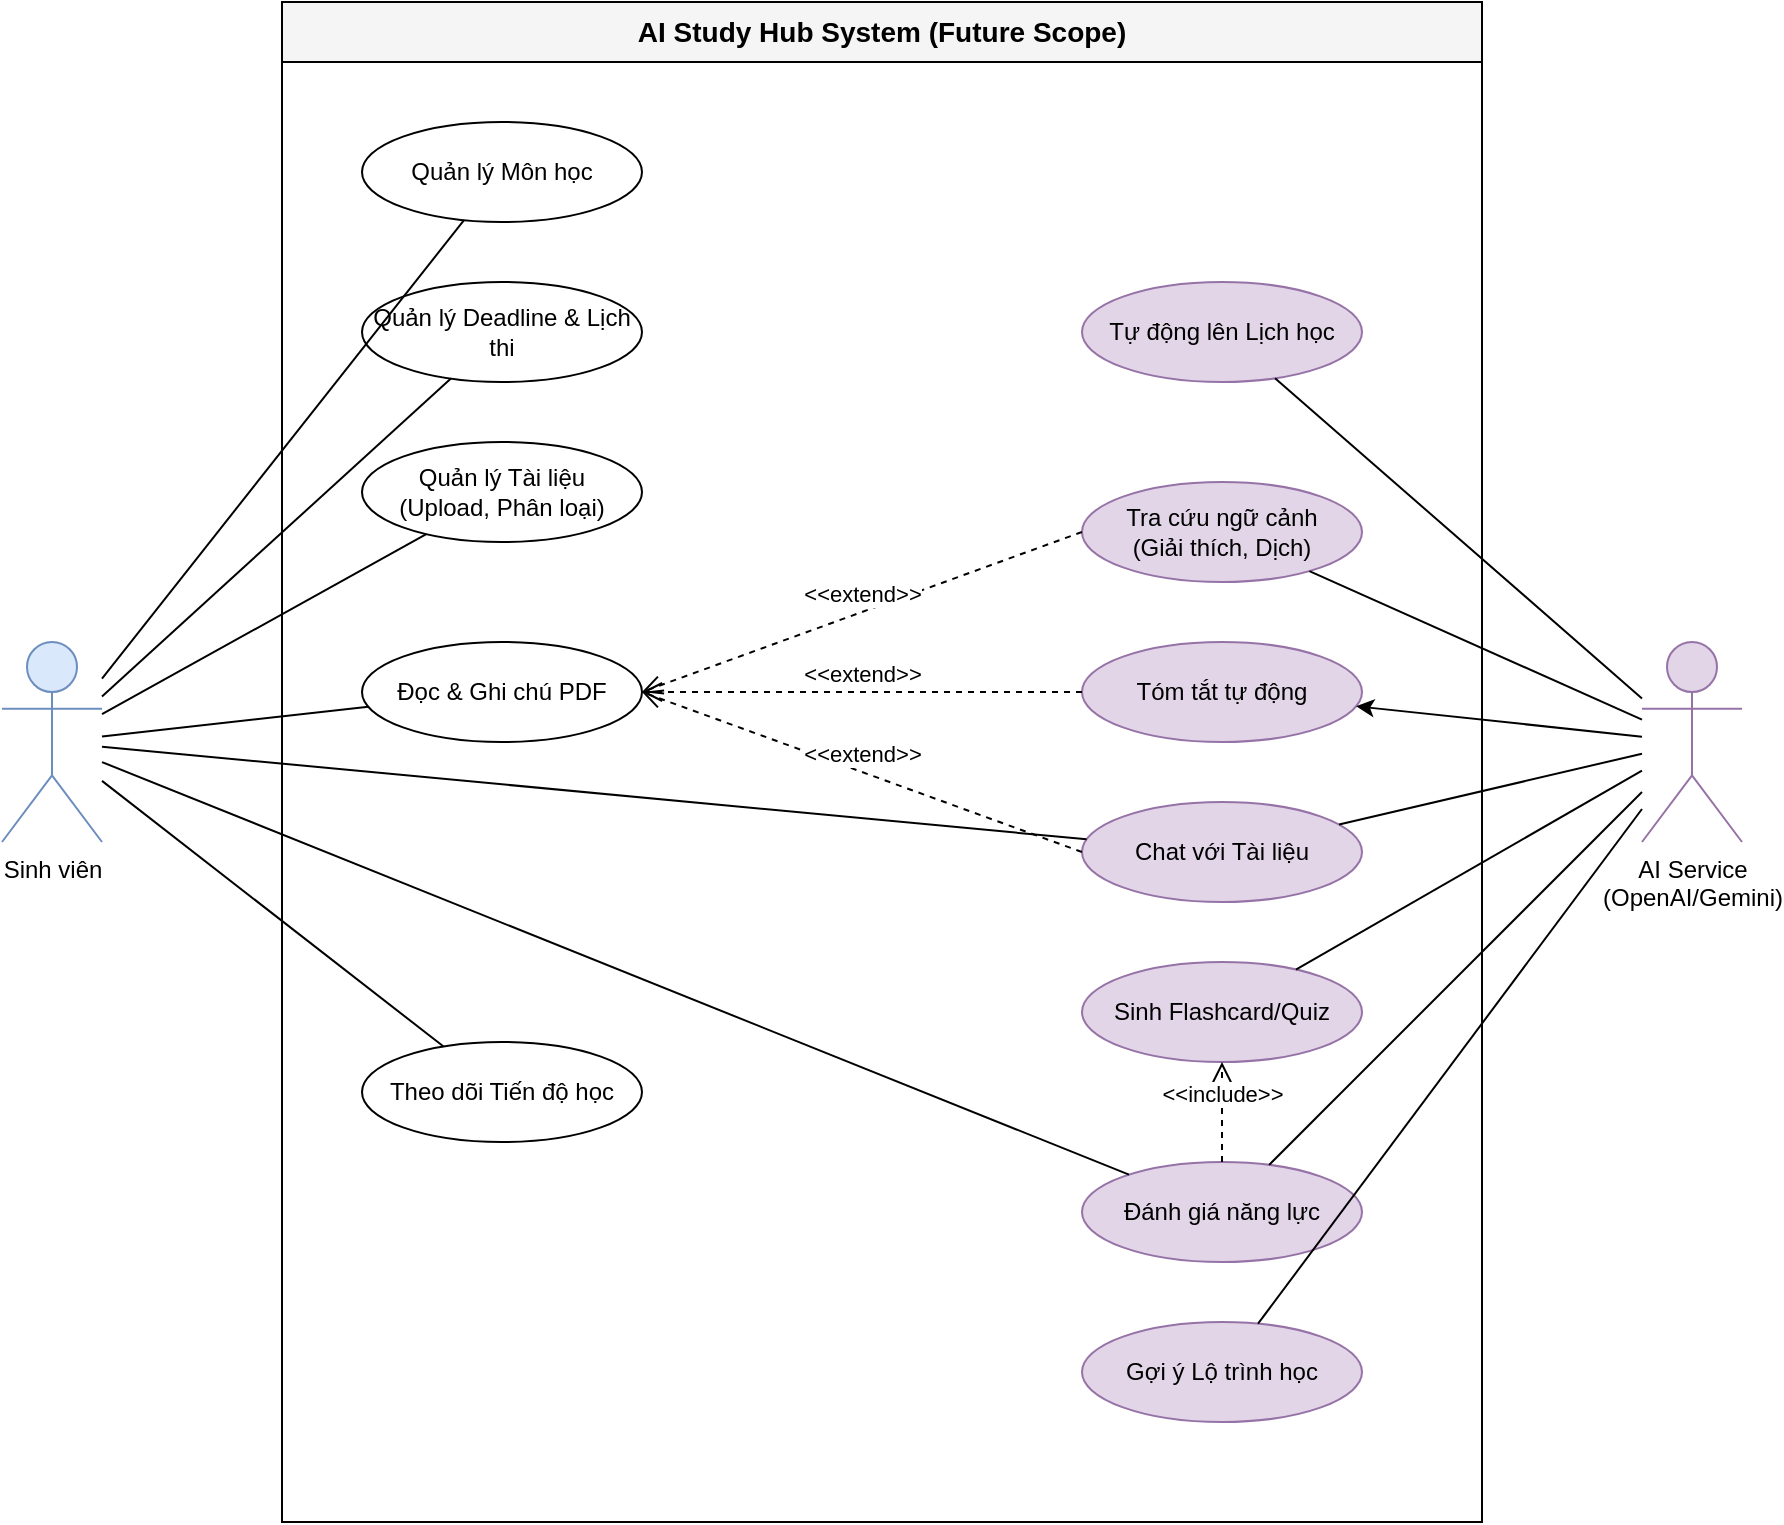
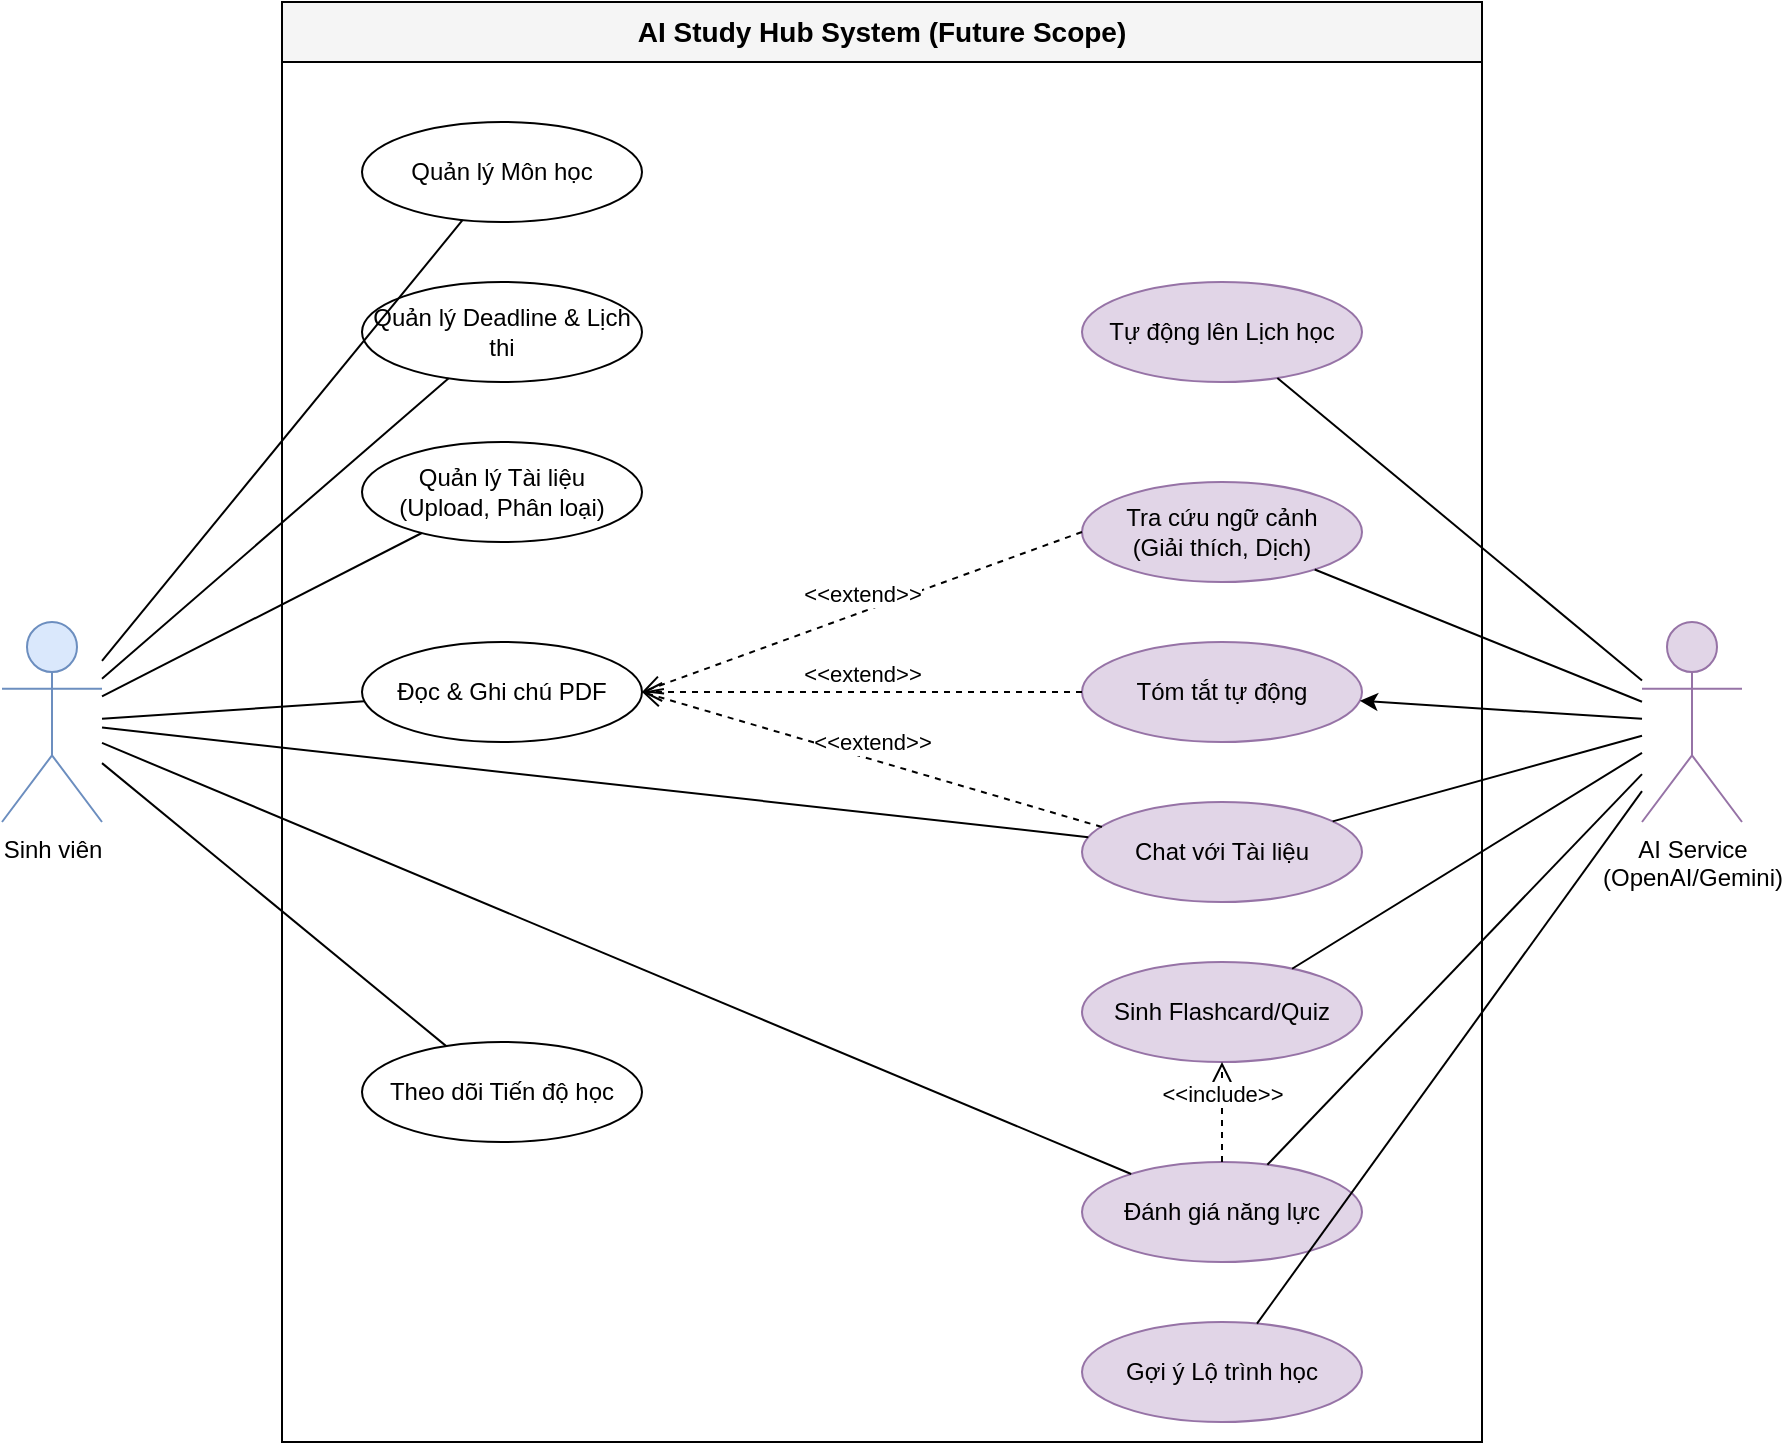
- <mxfile host="Electron" modified="2023-10-27T00:00:00.000Z" agent="Mozilla/5.0" version="22.0.4" type="device">
+ <mxfile host="Electron" agent="Mozilla/5.0 (Windows NT 10.0; Win64; x64) AppleWebKit/537.36 (KHTML, like Gecko) draw.io/29.6.6 Chrome/144.0.7559.236 Electron/40.8.4 Safari/537.36" version="29.6.6">
  <diagram id="UC_Diagram" name="Use Case Diagram">
-     <mxGraphModel dx="1200" dy="800" grid="1" gridSize="10" guides="1" tooltips="1" connect="1" arrows="1" fold="1" page="1" pageScale="1" pageWidth="1169" pageHeight="827" math="0" shadow="0">
+     <mxGraphModel dx="1303" dy="783" grid="1" gridSize="10" guides="1" tooltips="1" connect="1" arrows="1" fold="1" page="1" pageScale="1" pageWidth="1169" pageHeight="827" math="0" shadow="0">
      <root>
        <mxCell id="0" />
        <mxCell id="1" parent="0" />
- 
-         <!-- System Boundary -->
-         <mxCell id="system" value="AI Study Hub System (Future Scope)" style="swimlane;whiteSpace=wrap;html=1;startSize=30;fillColor=#f5f5f5;fontStyle=1;fontSize=14;" vertex="1" parent="1">
-           <mxGeometry x="180" y="40" width="600" height="760" as="geometry" />
+         <mxCell id="system" parent="1" style="swimlane;whiteSpace=wrap;html=1;startSize=30;fillColor=#f5f5f5;fontStyle=1;fontSize=14;" value="AI Study Hub System (Future Scope)" vertex="1">
+           <mxGeometry height="720" width="600" x="180" y="50" as="geometry" />
        </mxCell>
- 
-         <!-- ACTORS -->
-         <mxCell id="actor_student" value="Sinh viên" style="shape=umlActor;verticalLabelPosition=bottom;verticalAlign=top;html=1;outlineConnect=0;fillColor=#dae8fc;strokeColor=#6c8ebf;" vertex="1" parent="1">
-           <mxGeometry x="40" y="360" width="50" height="100" as="geometry" />
+         <mxCell id="uc_manage_course" parent="system" style="ellipse;whiteSpace=wrap;html=1;" value="Quản lý Môn học" vertex="1">
+           <mxGeometry height="50" width="140" x="40" y="60" as="geometry" />
        </mxCell>
- 
-         <mxCell id="actor_ai" value="AI Service&#10;(OpenAI/Gemini)" style="shape=umlActor;verticalLabelPosition=bottom;verticalAlign=top;html=1;outlineConnect=0;fillColor=#e1d5e7;strokeColor=#9673a6;" vertex="1" parent="1">
-           <mxGeometry x="860" y="360" width="50" height="100" as="geometry" />
+         <mxCell id="uc_manage_deadline" parent="system" style="ellipse;whiteSpace=wrap;html=1;" value="Quản lý Deadline &amp; Lịch thi" vertex="1">
+           <mxGeometry height="50" width="140" x="40" y="140" as="geometry" />
        </mxCell>
- 
-         <!-- USE CASES inside System (Left Column - Manual) -->
-         <mxCell id="uc_manage_course" value="Quản lý Môn học" style="ellipse;whiteSpace=wrap;html=1;" vertex="1" parent="system">
-           <mxGeometry x="40" y="60" width="140" height="50" as="geometry" />
+         <mxCell id="uc_manage_doc" parent="system" style="ellipse;whiteSpace=wrap;html=1;" value="Quản lý Tài liệu&#xa;(Upload, Phân loại)" vertex="1">
+           <mxGeometry height="50" width="140" x="40" y="220" as="geometry" />
        </mxCell>
-         <mxCell id="uc_manage_deadline" value="Quản lý Deadline &amp; Lịch thi" style="ellipse;whiteSpace=wrap;html=1;" vertex="1" parent="system">
-           <mxGeometry x="40" y="140" width="140" height="50" as="geometry" />
+         <mxCell id="uc_read_pdf" parent="system" style="ellipse;whiteSpace=wrap;html=1;" value="Đọc &amp; Ghi chú PDF" vertex="1">
+           <mxGeometry height="50" width="140" x="40" y="320" as="geometry" />
        </mxCell>
-         <mxCell id="uc_manage_doc" value="Quản lý Tài liệu&#10;(Upload, Phân loại)" style="ellipse;whiteSpace=wrap;html=1;" vertex="1" parent="system">
-           <mxGeometry x="40" y="220" width="140" height="50" as="geometry" />
+         <mxCell id="uc_track_progress" parent="system" style="ellipse;whiteSpace=wrap;html=1;" value="Theo dõi Tiến độ học" vertex="1">
+           <mxGeometry height="50" width="140" x="40" y="520" as="geometry" />
        </mxCell>
-         <mxCell id="uc_read_pdf" value="Đọc &amp; Ghi chú PDF" style="ellipse;whiteSpace=wrap;html=1;" vertex="1" parent="system">
-           <mxGeometry x="40" y="320" width="140" height="50" as="geometry" />
+         <mxCell id="uc_auto_schedule" parent="system" style="ellipse;whiteSpace=wrap;html=1;fillColor=#e1d5e7;strokeColor=#9673a6;" value="Tự động lên Lịch học" vertex="1">
+           <mxGeometry height="50" width="140" x="400" y="140" as="geometry" />
        </mxCell>
-         <mxCell id="uc_track_progress" value="Theo dõi Tiến độ học" style="ellipse;whiteSpace=wrap;html=1;" vertex="1" parent="system">
-           <mxGeometry x="40" y="520" width="140" height="50" as="geometry" />
+         <mxCell id="uc_context_lookup" parent="system" style="ellipse;whiteSpace=wrap;html=1;fillColor=#e1d5e7;strokeColor=#9673a6;" value="Tra cứu ngữ cảnh&#xa;(Giải thích, Dịch)" vertex="1">
+           <mxGeometry height="50" width="140" x="400" y="240" as="geometry" />
        </mxCell>
- 
-         <!-- USE CASES inside System (Right Column - AI Future Features) -->
-         <mxCell id="uc_auto_schedule" value="Tự động lên Lịch học" style="ellipse;whiteSpace=wrap;html=1;fillColor=#e1d5e7;strokeColor=#9673a6;" vertex="1" parent="system">
-           <mxGeometry x="400" y="140" width="140" height="50" as="geometry" />
+         <mxCell id="uc_auto_summary" parent="system" style="ellipse;whiteSpace=wrap;html=1;fillColor=#e1d5e7;strokeColor=#9673a6;" value="Tóm tắt tự động" vertex="1">
+           <mxGeometry height="50" width="140" x="400" y="320" as="geometry" />
        </mxCell>
-         <mxCell id="uc_context_lookup" value="Tra cứu ngữ cảnh&#10;(Giải thích, Dịch)" style="ellipse;whiteSpace=wrap;html=1;fillColor=#e1d5e7;strokeColor=#9673a6;" vertex="1" parent="system">
-           <mxGeometry x="400" y="240" width="140" height="50" as="geometry" />
+         <mxCell id="uc_ai_chat" parent="system" style="ellipse;whiteSpace=wrap;html=1;fillColor=#e1d5e7;strokeColor=#9673a6;" value="Chat với Tài liệu" vertex="1">
+           <mxGeometry height="50" width="140" x="400" y="400" as="geometry" />
        </mxCell>
-         <mxCell id="uc_auto_summary" value="Tóm tắt tự động" style="ellipse;whiteSpace=wrap;html=1;fillColor=#e1d5e7;strokeColor=#9673a6;" vertex="1" parent="system">
-           <mxGeometry x="400" y="320" width="140" height="50" as="geometry" />
+         <mxCell id="uc_auto_flashcard" parent="system" style="ellipse;whiteSpace=wrap;html=1;fillColor=#e1d5e7;strokeColor=#9673a6;" value="Sinh Flashcard/Quiz" vertex="1">
+           <mxGeometry height="50" width="140" x="400" y="480" as="geometry" />
        </mxCell>
-         <mxCell id="uc_ai_chat" value="Chat với Tài liệu" style="ellipse;whiteSpace=wrap;html=1;fillColor=#e1d5e7;strokeColor=#9673a6;" vertex="1" parent="system">
-           <mxGeometry x="400" y="400" width="140" height="50" as="geometry" />
+         <mxCell id="uc_evaluate_knowledge" parent="system" style="ellipse;whiteSpace=wrap;html=1;fillColor=#e1d5e7;strokeColor=#9673a6;" value="Đánh giá năng lực" vertex="1">
+           <mxGeometry height="50" width="140" x="400" y="580" as="geometry" />
        </mxCell>
-         <mxCell id="uc_auto_flashcard" value="Sinh Flashcard/Quiz" style="ellipse;whiteSpace=wrap;html=1;fillColor=#e1d5e7;strokeColor=#9673a6;" vertex="1" parent="system">
-           <mxGeometry x="400" y="480" width="140" height="50" as="geometry" />
+         <mxCell id="uc_learning_path" parent="system" style="ellipse;whiteSpace=wrap;html=1;fillColor=#e1d5e7;strokeColor=#9673a6;" value="Gợi ý Lộ trình học" vertex="1">
+           <mxGeometry height="50" width="140" x="400" y="660" as="geometry" />
        </mxCell>
-         <mxCell id="uc_evaluate_knowledge" value="Đánh giá năng lực" style="ellipse;whiteSpace=wrap;html=1;fillColor=#e1d5e7;strokeColor=#9673a6;" vertex="1" parent="system">
-           <mxGeometry x="400" y="580" width="140" height="50" as="geometry" />
-         </mxCell>
-         <mxCell id="uc_learning_path" value="Gợi ý Lộ trình học" style="ellipse;whiteSpace=wrap;html=1;fillColor=#e1d5e7;strokeColor=#9673a6;" vertex="1" parent="system">
-           <mxGeometry x="400" y="660" width="140" height="50" as="geometry" />
-         </mxCell>
- 
-         <!-- EXTENDS / INCLUDES -->
-         <mxCell id="ext1" value="&amp;lt;&amp;lt;extend&amp;gt;&amp;gt;" style="html=1;verticalAlign=bottom;endArrow=open;dashed=1;endSize=8;exitX=0;exitY=0.5;entryX=1;entryY=0.5;" edge="1" parent="system" source="uc_context_lookup" target="uc_read_pdf">
+         <mxCell id="ext1" edge="1" parent="system" source="uc_context_lookup" style="html=1;verticalAlign=bottom;endArrow=open;dashed=1;endSize=8;exitX=0;exitY=0.5;entryX=1;entryY=0.5;" target="uc_read_pdf" value="&amp;lt;&amp;lt;extend&amp;gt;&amp;gt;">
          <mxGeometry relative="1" as="geometry" />
        </mxCell>
-         <mxCell id="ext2" value="&amp;lt;&amp;lt;extend&amp;gt;&amp;gt;" style="html=1;verticalAlign=bottom;endArrow=open;dashed=1;endSize=8;exitX=0;exitY=0.5;entryX=1;entryY=0.5;" edge="1" parent="system" source="uc_auto_summary" target="uc_read_pdf">
+         <mxCell id="ext2" edge="1" parent="system" source="uc_auto_summary" style="html=1;verticalAlign=bottom;endArrow=open;dashed=1;endSize=8;exitX=0;exitY=0.5;entryX=1;entryY=0.5;" target="uc_read_pdf" value="&amp;lt;&amp;lt;extend&amp;gt;&amp;gt;">
          <mxGeometry relative="1" as="geometry" />
        </mxCell>
-         <mxCell id="ext3" value="&amp;lt;&amp;lt;extend&amp;gt;&amp;gt;" style="html=1;verticalAlign=bottom;endArrow=open;dashed=1;endSize=8;exitX=0;exitY=0.5;entryX=1;entryY=0.5;" edge="1" parent="system" source="uc_ai_chat" target="uc_read_pdf">
+         <mxCell id="ext3" edge="1" parent="system" source="uc_ai_chat" style="html=1;verticalAlign=bottom;endArrow=open;dashed=1;endSize=8;exitX=0.071;exitY=0.25;entryX=1;entryY=0.5;exitDx=0;exitDy=0;exitPerimeter=0;" target="uc_read_pdf" value="&amp;lt;&amp;lt;extend&amp;gt;&amp;gt;">
          <mxGeometry relative="1" as="geometry" />
        </mxCell>
-         <mxCell id="inc1" value="&amp;lt;&amp;lt;include&amp;gt;&amp;gt;" style="html=1;verticalAlign=bottom;endArrow=open;dashed=1;endSize=8;exitX=0.5;exitY=0;entryX=0.5;entryY=1;" edge="1" parent="system" source="uc_evaluate_knowledge" target="uc_auto_flashcard">
+         <mxCell id="inc1" edge="1" parent="system" source="uc_evaluate_knowledge" style="html=1;verticalAlign=bottom;endArrow=open;dashed=1;endSize=8;exitX=0.5;exitY=0;entryX=0.5;entryY=1;" target="uc_auto_flashcard" value="&amp;lt;&amp;lt;include&amp;gt;&amp;gt;">
          <mxGeometry relative="1" as="geometry" />
        </mxCell>
- 
-         <!-- EDGES STUDENT TO UC -->
-         <mxCell id="st_to_uc1" style="endArrow=none;html=1;" edge="1" parent="1" source="actor_student" target="uc_manage_course">
+         <mxCell id="actor_student" parent="1" style="shape=umlActor;verticalLabelPosition=bottom;verticalAlign=top;html=1;outlineConnect=0;fillColor=#dae8fc;strokeColor=#6c8ebf;" value="Sinh viên" vertex="1">
+           <mxGeometry height="100" width="50" x="40" y="360" as="geometry" />
+         </mxCell>
+         <mxCell id="actor_ai" parent="1" style="shape=umlActor;verticalLabelPosition=bottom;verticalAlign=top;html=1;outlineConnect=0;fillColor=#e1d5e7;strokeColor=#9673a6;" value="AI Service&#xa;(OpenAI/Gemini)" vertex="1">
+           <mxGeometry height="100" width="50" x="860" y="360" as="geometry" />
+         </mxCell>
+         <mxCell id="st_to_uc1" edge="1" parent="1" source="actor_student" style="endArrow=none;html=1;" target="uc_manage_course">
          <mxGeometry relative="1" as="geometry" />
        </mxCell>
-         <mxCell id="st_to_uc2" style="endArrow=none;html=1;" edge="1" parent="1" source="actor_student" target="uc_manage_deadline">
+         <mxCell id="st_to_uc2" edge="1" parent="1" source="actor_student" style="endArrow=none;html=1;" target="uc_manage_deadline">
          <mxGeometry relative="1" as="geometry" />
        </mxCell>
-         <mxCell id="st_to_uc3" style="endArrow=none;html=1;" edge="1" parent="1" source="actor_student" target="uc_manage_doc">
+         <mxCell id="st_to_uc3" edge="1" parent="1" source="actor_student" style="endArrow=none;html=1;" target="uc_manage_doc">
          <mxGeometry relative="1" as="geometry" />
        </mxCell>
-         <mxCell id="st_to_uc4" style="endArrow=none;html=1;" edge="1" parent="1" source="actor_student" target="uc_read_pdf">
+         <mxCell id="st_to_uc4" edge="1" parent="1" source="actor_student" style="endArrow=none;html=1;" target="uc_read_pdf">
          <mxGeometry relative="1" as="geometry" />
        </mxCell>
-         <mxCell id="st_to_uc5" style="endArrow=none;html=1;" edge="1" parent="1" source="actor_student" target="uc_track_progress">
+         <mxCell id="st_to_uc5" edge="1" parent="1" source="actor_student" style="endArrow=none;html=1;" target="uc_track_progress">
          <mxGeometry relative="1" as="geometry" />
        </mxCell>
-         <mxCell id="st_to_ai_chat" style="endArrow=none;html=1;" edge="1" parent="1" source="actor_student" target="uc_ai_chat">
+         <mxCell id="st_to_ai_chat" edge="1" parent="1" source="actor_student" style="endArrow=none;html=1;" target="uc_ai_chat">
          <mxGeometry relative="1" as="geometry" />
        </mxCell>
-         <mxCell id="st_to_eval" style="endArrow=none;html=1;" edge="1" parent="1" source="actor_student" target="uc_evaluate_knowledge">
+         <mxCell id="st_to_eval" edge="1" parent="1" source="actor_student" style="endArrow=none;html=1;" target="uc_evaluate_knowledge">
          <mxGeometry relative="1" as="geometry" />
        </mxCell>
- 
-         <!-- EDGES AI TO UC -->
-         <mxCell id="ai_to_sched" style="endArrow=none;html=1;" edge="1" parent="1" source="actor_ai" target="uc_auto_schedule">
+         <mxCell id="ai_to_sched" edge="1" parent="1" source="actor_ai" style="endArrow=none;html=1;" target="uc_auto_schedule">
          <mxGeometry relative="1" as="geometry" />
        </mxCell>
-         <mxCell id="ai_to_lookup" style="endArrow=none;html=1;" edge="1" parent="1" source="actor_ai" target="uc_context_lookup">
+         <mxCell id="ai_to_lookup" edge="1" parent="1" source="actor_ai" style="endArrow=none;html=1;" target="uc_context_lookup">
          <mxGeometry relative="1" as="geometry" />
        </mxCell>
-         <mxCell id="ai_to_sum" style="end,html=1;" edge="1" parent="1" source="actor_ai" target="uc_auto_summary">
+         <mxCell id="ai_to_sum" edge="1" parent="1" source="actor_ai" style="end,html=1;" target="uc_auto_summary">
          <mxGeometry relative="1" as="geometry" />
        </mxCell>
-         <mxCell id="ai_to_chat" style="endArrow=none;html=1;" edge="1" parent="1" source="actor_ai" target="uc_ai_chat">
+         <mxCell id="ai_to_chat" edge="1" parent="1" source="actor_ai" style="endArrow=none;html=1;" target="uc_ai_chat">
          <mxGeometry relative="1" as="geometry" />
        </mxCell>
-         <mxCell id="ai_to_flash" style="endArrow=none;html=1;" edge="1" parent="1" source="actor_ai" target="uc_auto_flashcard">
+         <mxCell id="ai_to_flash" edge="1" parent="1" source="actor_ai" style="endArrow=none;html=1;" target="uc_auto_flashcard">
          <mxGeometry relative="1" as="geometry" />
        </mxCell>
-         <mxCell id="ai_to_eval" style="endArrow=none;html=1;" edge="1" parent="1" source="actor_ai" target="uc_evaluate_knowledge">
+         <mxCell id="ai_to_eval" edge="1" parent="1" source="actor_ai" style="endArrow=none;html=1;" target="uc_evaluate_knowledge">
          <mxGeometry relative="1" as="geometry" />
        </mxCell>
-         <mxCell id="ai_to_path" style="endArrow=none;html=1;" edge="1" parent="1" source="actor_ai" target="uc_learning_path">
+         <mxCell id="ai_to_path" edge="1" parent="1" source="actor_ai" style="endArrow=none;html=1;" target="uc_learning_path">
          <mxGeometry relative="1" as="geometry" />
        </mxCell>
      </root>
    </mxGraphModel>
  </diagram>
</mxfile>
